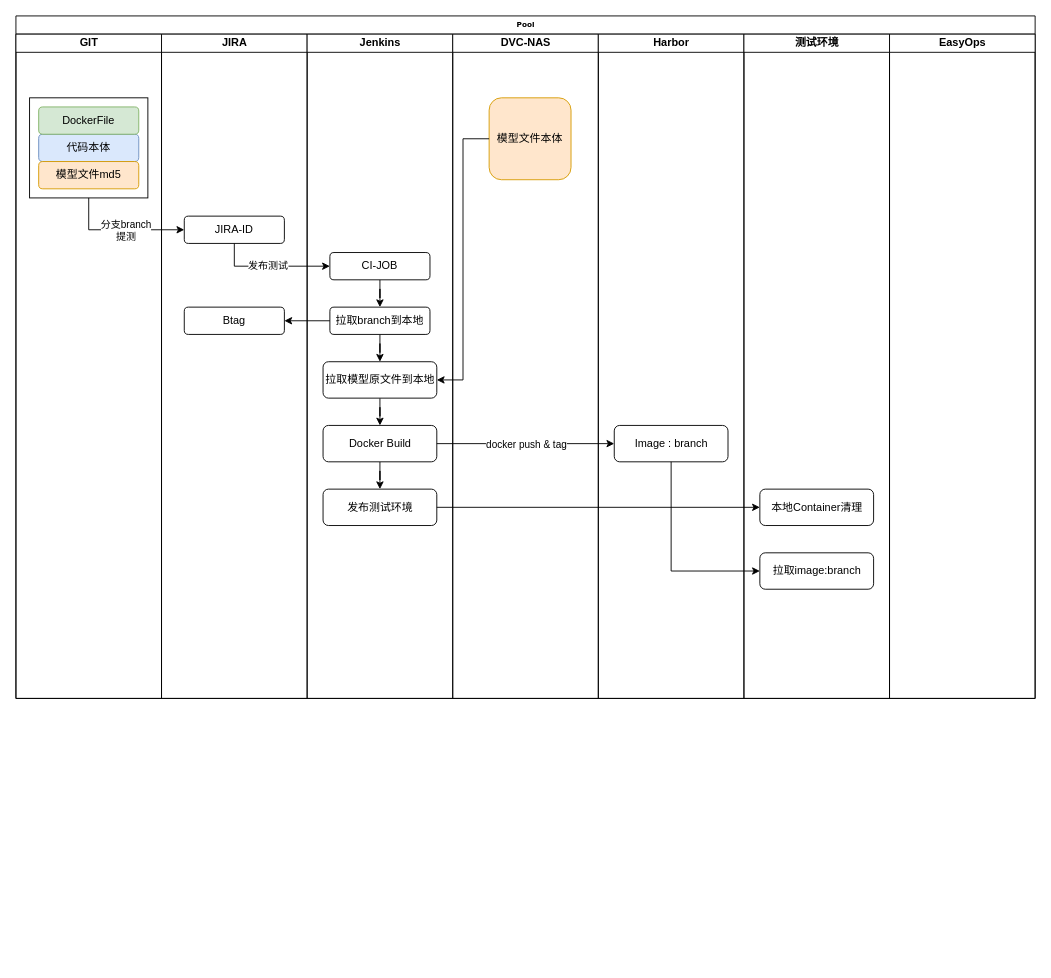
Above: Untitled Diagram.drawio in AutoAllenWu/MyAuto (draw.io), before the change. Source tidied: cells renumbered, new cells numbered last; positions are measured from the earlier drawing's top-left corner, leaving out a move shared by most shapes. Both pictures are drawn from the tidied source at 91%, with x=0, y=0 at pixel (15, 15).
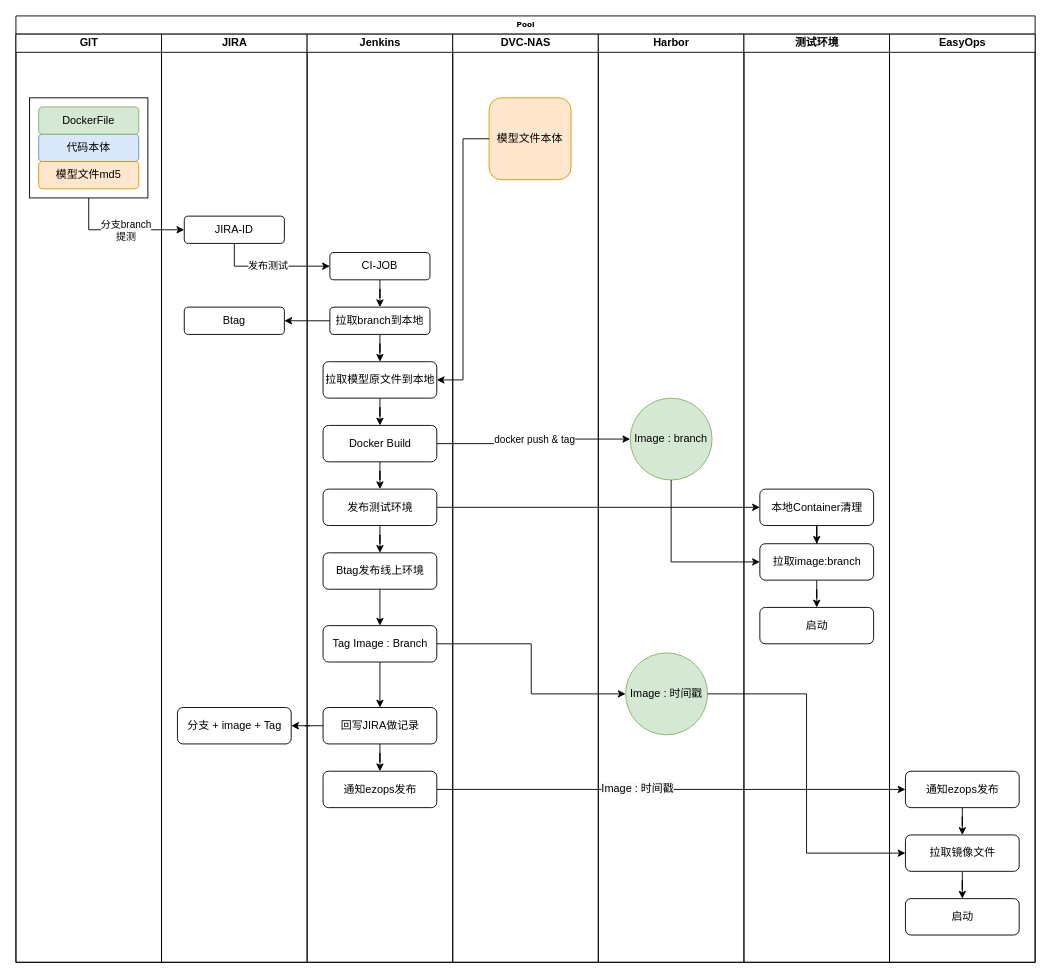
The same diagram, later.

Unchanged cells that the change refers to:
```xml
<mxCell id="21" value="Docker Build" style="rounded=1;whiteSpace=wrap;html=1;" parent="13" vertex="1">
  <mxGeometry x="17.5" y="430" width="125" height="40" as="geometry" />
</mxCell>
<mxCell id="22" value="发布测试环境" style="rounded=1;whiteSpace=wrap;html=1;" parent="13" vertex="1">
  <mxGeometry x="17.5" y="500" width="125" height="40" as="geometry" />
</mxCell>
```

Diff of the diagram source:
```diff
@@
     <mxCell id="2" value="Pool" style="swimlane;html=1;startSize=20;rounded=0;shadow=0;labelBackgroundColor=none;strokeWidth=1;fontFamily=Verdana;fontSize=8;align=center;" parent="1" vertex="1">
-      <mxGeometry width="1120" height="750" as="geometry" />
+      <mxGeometry width="1120" height="1040" as="geometry" />
     </mxCell>
@@
     <mxCell id="4" value="GIT" style="swimlane;html=1;startSize=20;" parent="2" vertex="1">
-      <mxGeometry y="20" width="160" height="730" as="geometry" />
+      <mxGeometry y="20" width="160" height="1020" as="geometry" />
     </mxCell>
@@
     <mxCell id="10" value="JIRA" style="swimlane;html=1;startSize=20;" parent="2" vertex="1">
-      <mxGeometry x="160" y="20" width="160" height="730" as="geometry" />
+      <mxGeometry x="160" y="20" width="160" height="1020" as="geometry" />
     </mxCell>
@@
+    <mxCell id="41" value="分支 + image + Tag" style="rounded=1;whiteSpace=wrap;html=1;" parent="10" vertex="1">
+      <mxGeometry x="17.5" y="740" width="125" height="40" as="geometry" />
+    </mxCell>
     <mxCell id="13" value="Jenkins" style="swimlane;html=1;startSize=20;" parent="2" vertex="1">
-      <mxGeometry x="320" y="20" width="160" height="730" as="geometry" />
+      <mxGeometry x="320" y="20" width="160" height="1020" as="geometry" />
     </mxCell>
@@
+    <mxCell id="42" style="edgeStyle=orthogonalEdgeStyle;rounded=0;jettySize=auto;html=1;" parent="13" edge="1" source="22" target="44">
+      <mxGeometry relative="1" as="geometry" />
+    </mxCell>
@@
+    <mxCell id="43" style="edgeStyle=orthogonalEdgeStyle;rounded=0;jettySize=auto;html=1;" parent="13" edge="1" source="44" target="46">
+      <mxGeometry relative="1" as="geometry" />
+    </mxCell>
+    <mxCell id="44" value="Btag发布线上环境" style="rounded=1;whiteSpace=wrap;html=1;" parent="13" vertex="1">
+      <mxGeometry x="17.5" y="570" width="125" height="40" as="geometry" />
+    </mxCell>
+    <mxCell id="45" style="edgeStyle=orthogonalEdgeStyle;rounded=0;jettySize=auto;html=1;" parent="13" edge="1" source="46" target="48">
+      <mxGeometry relative="1" as="geometry" />
+    </mxCell>
+    <mxCell id="46" value="Tag Image : Branch" style="rounded=1;whiteSpace=wrap;html=1;" parent="13" vertex="1">
+      <mxGeometry x="17.5" y="650" width="125" height="40" as="geometry" />
+    </mxCell>
+    <mxCell id="47" style="edgeStyle=orthogonalEdgeStyle;rounded=0;jettySize=auto;html=1;" parent="13" edge="1" source="48" target="49">
+      <mxGeometry relative="1" as="geometry" />
+    </mxCell>
+    <mxCell id="48" value="回写JIRA做记录" style="rounded=1;whiteSpace=wrap;html=1;" parent="13" vertex="1">
+      <mxGeometry x="17.5" y="740" width="125" height="40" as="geometry" />
+    </mxCell>
+    <mxCell id="49" value="通知ezops发布" style="rounded=1;whiteSpace=wrap;html=1;" parent="13" vertex="1">
+      <mxGeometry x="17.5" y="810" width="125" height="40" as="geometry" />
+    </mxCell>
     <mxCell id="23" value="DVC-NAS" style="swimlane;html=1;startSize=20;" parent="2" vertex="1">
-      <mxGeometry x="480" y="20" width="160" height="730" as="geometry" />
+      <mxGeometry x="480" y="20" width="160" height="1020" as="geometry" />
     </mxCell>
@@
     <mxCell id="25" value="Harbor" style="swimlane;html=1;startSize=20;" parent="2" vertex="1">
-      <mxGeometry x="640" y="20" width="160" height="730" as="geometry" />
+      <mxGeometry x="640" y="20" width="160" height="1020" as="geometry" />
     </mxCell>
-    <mxCell id="26" value="Image : branch" style="rounded=1;whiteSpace=wrap;html=1;" parent="25" vertex="1">
-      <mxGeometry x="17.5" y="430" width="125" height="40" as="geometry" />
+    <mxCell id="26" value="&lt;span&gt;Image : branch&lt;/span&gt;" style="ellipse;whiteSpace=wrap;html=1;fillColor=#d5e8d4;strokeColor=#82b366;" parent="25" vertex="1">
+      <mxGeometry x="35" y="400" width="90" height="90" as="geometry" />
     </mxCell>
-    <mxCell id="27" value="测试环境" style="swimlane;html=1;startSize=20;" parent="2" vertex="1">
-      <mxGeometry x="800" y="20" width="160" height="730" as="geometry" />
-    </mxCell>
-    <mxCell id="28" value="本地Container清理" style="rounded=1;whiteSpace=wrap;html=1;" parent="27" vertex="1">
-      <mxGeometry x="17.5" y="500" width="125" height="40" as="geometry" />
-    </mxCell>
-    <mxCell id="29" value="拉取image:branch" style="rounded=1;whiteSpace=wrap;html=1;" parent="27" vertex="1">
-      <mxGeometry x="17.5" y="570" width="125" height="40" as="geometry" />
-    </mxCell>
+    <mxCell id="50" value="&lt;span&gt;Image : 时间戳&lt;/span&gt;" style="ellipse;whiteSpace=wrap;html=1;fillColor=#d5e8d4;strokeColor=#82b366;" parent="25" vertex="1">
+      <mxGeometry x="30" y="680" width="90" height="90" as="geometry" />
+    </mxCell>
@@
-    <mxCell id="36" style="edgeStyle=orthogonalEdgeStyle;rounded=0;jettySize=auto;html=1;entryX=0;entryY=0.5;entryDx=0;entryDy=0;" parent="2" edge="1" source="21" target="26">
+    <mxCell id="36" style="edgeStyle=orthogonalEdgeStyle;rounded=0;jettySize=auto;html=1;" parent="2" edge="1" source="21" target="26">
       <mxGeometry relative="1" as="geometry" />
     </mxCell>
@@
+    <mxCell id="27" value="测试环境" style="swimlane;html=1;startSize=20;" parent="2" vertex="1">
+      <mxGeometry x="800" y="20" width="160" height="1020" as="geometry" />
+    </mxCell>
+    <mxCell id="51" style="edgeStyle=orthogonalEdgeStyle;rounded=0;jettySize=auto;html=1;" parent="27" edge="1" source="28" target="29">
+      <mxGeometry relative="1" as="geometry" />
+    </mxCell>
+    <mxCell id="28" value="本地Container清理" style="rounded=1;whiteSpace=wrap;html=1;" parent="27" vertex="1">
+      <mxGeometry x="17.5" y="500" width="125" height="40" as="geometry" />
+    </mxCell>
+    <mxCell id="52" style="edgeStyle=orthogonalEdgeStyle;rounded=0;jettySize=auto;html=1;" parent="27" edge="1" source="29" target="53">
+      <mxGeometry relative="1" as="geometry" />
+    </mxCell>
+    <mxCell id="29" value="拉取image:branch" style="rounded=1;whiteSpace=wrap;html=1;" parent="27" vertex="1">
+      <mxGeometry x="17.5" y="560" width="125" height="40" as="geometry" />
+    </mxCell>
+    <mxCell id="53" value="启动" style="rounded=1;whiteSpace=wrap;html=1;" parent="27" vertex="1">
+      <mxGeometry x="17.5" y="630" width="125" height="40" as="geometry" />
+    </mxCell>
     <mxCell id="38" value="EasyOps" style="swimlane;html=1;startSize=20;" parent="2" vertex="1">
-      <mxGeometry x="960" y="20" width="160" height="730" as="geometry" />
+      <mxGeometry x="960" y="20" width="160" height="1020" as="geometry" />
     </mxCell>
+    <mxCell id="54" style="edgeStyle=orthogonalEdgeStyle;rounded=0;jettySize=auto;html=1;entryX=0.5;entryY=0;entryDx=0;entryDy=0;" parent="38" edge="1" source="55" target="57">
+      <mxGeometry relative="1" as="geometry" />
+    </mxCell>
+    <mxCell id="55" value="通知ezops发布" style="rounded=1;whiteSpace=wrap;html=1;" parent="38" vertex="1">
+      <mxGeometry x="17.5" y="810" width="125" height="40" as="geometry" />
+    </mxCell>
+    <mxCell id="56" style="edgeStyle=orthogonalEdgeStyle;rounded=0;jettySize=auto;html=1;" parent="38" edge="1" source="57" target="58">
+      <mxGeometry relative="1" as="geometry" />
+    </mxCell>
+    <mxCell id="57" value="拉取镜像文件" style="rounded=1;whiteSpace=wrap;html=1;" parent="38" vertex="1">
+      <mxGeometry x="17.5" y="880" width="125" height="40" as="geometry" />
+    </mxCell>
+    <mxCell id="58" value="启动" style="rounded=1;whiteSpace=wrap;html=1;" parent="38" vertex="1">
+      <mxGeometry x="17.5" y="950" width="125" height="40" as="geometry" />
+    </mxCell>
@@
-    <mxCell id="40" style="edgeStyle=orthogonalEdgeStyle;rounded=0;jettySize=auto;html=1;entryX=0;entryY=0.5;entryDx=0;entryDy=0;" parent="2" edge="1" source="26" target="29">
-      <mxGeometry relative="1" as="geometry">
-        <Array as="points">
-          <mxPoint x="720" y="610" />
-        </Array>
-      </mxGeometry>
-    </mxCell>
+    <mxCell id="59" style="edgeStyle=orthogonalEdgeStyle;rounded=0;jettySize=auto;html=1;entryX=0;entryY=0.5;entryDx=0;entryDy=0;" parent="2" edge="1" target="29">
+      <mxGeometry relative="1" as="geometry">
+        <mxPoint x="720" y="510" as="sourcePoint" />
+        <Array as="points">
+          <mxPoint x="720" y="600" />
+        </Array>
+      </mxGeometry>
+    </mxCell>
+    <mxCell id="60" style="edgeStyle=orthogonalEdgeStyle;rounded=0;jettySize=auto;html=1;entryX=0;entryY=0.5;entryDx=0;entryDy=0;" parent="2" edge="1" source="46" target="50">
+      <mxGeometry relative="1" as="geometry" />
+    </mxCell>
+    <mxCell id="61" style="edgeStyle=orthogonalEdgeStyle;rounded=0;jettySize=auto;html=1;entryX=1;entryY=0.5;entryDx=0;entryDy=0;" parent="2" edge="1" source="48" target="41">
+      <mxGeometry relative="1" as="geometry" />
+    </mxCell>
+    <mxCell id="62" style="edgeStyle=orthogonalEdgeStyle;rounded=0;jettySize=auto;html=1;entryX=0;entryY=0.5;entryDx=0;entryDy=0;" parent="2" edge="1" source="49" target="55">
+      <mxGeometry relative="1" as="geometry" />
+    </mxCell>
+    <mxCell id="63" value="&lt;span style=&quot;font-size: 12px ; background-color: rgb(248 , 249 , 250)&quot;&gt;Image : 时间戳&lt;/span&gt;" style="edgeLabel;html=1;align=center;verticalAlign=middle;" parent="62" vertex="1">
+      <mxGeometry x="-0.15" y="2" relative="1" as="geometry">
+        <mxPoint x="1" as="offset" />
+      </mxGeometry>
+    </mxCell>
+    <mxCell id="64" style="edgeStyle=orthogonalEdgeStyle;rounded=0;jettySize=auto;html=1;entryX=0;entryY=0.5;entryDx=0;entryDy=0;" parent="2" edge="1" source="50" target="57">
+      <mxGeometry relative="1" as="geometry" />
+    </mxCell>
```
